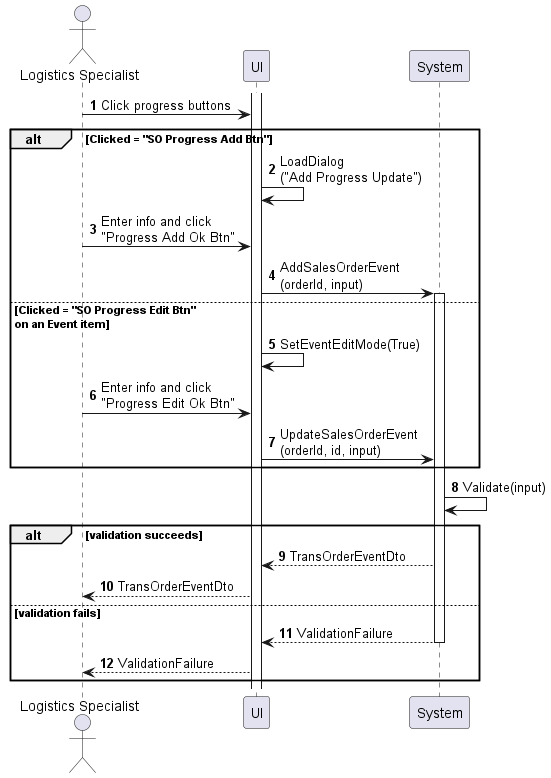
Before: sequences/sales-order-update-progress.png, a diagram exported from PlantUML (phihungha/scmss-reqs).
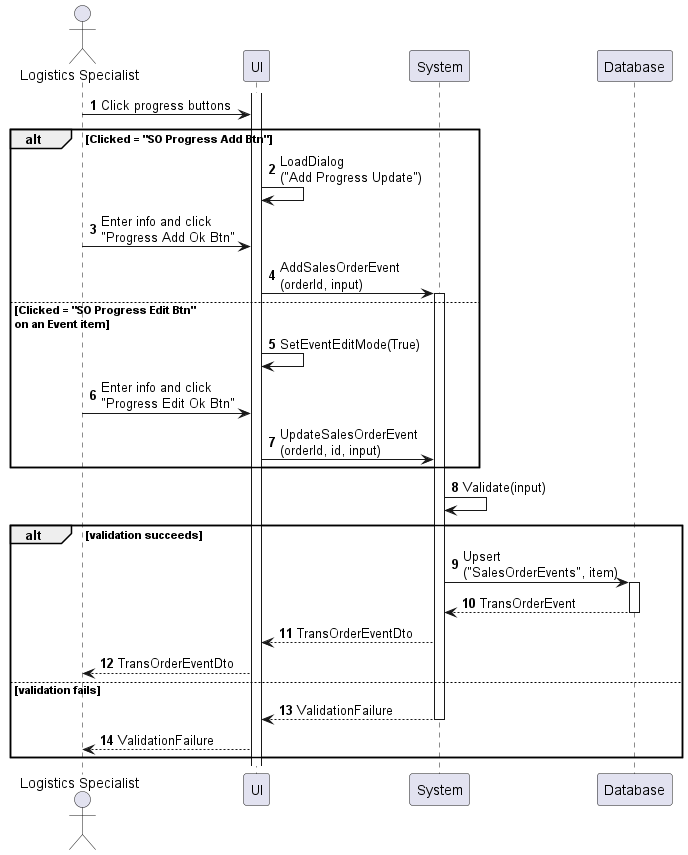
Later version of the same file.

Change to the diagram source:
```diff
@@ -4,6 +4,7 @@
 actor "Logistics Specialist" as a
 participant UI as f
 participant System as b
+participant Database as d
 
 activate f
 a -> f : Click progress buttons
@@ -23,6 +24,9 @@
 b -> b : Validate(input)
 
 alt validation succeeds
+    b -> d : Upsert\n("SalesOrderEvents", item)
+    activate d
+    return TransOrderEvent
     b --> f : TransOrderEventDto
     f --> a : TransOrderEventDto
 else validation fails
```
